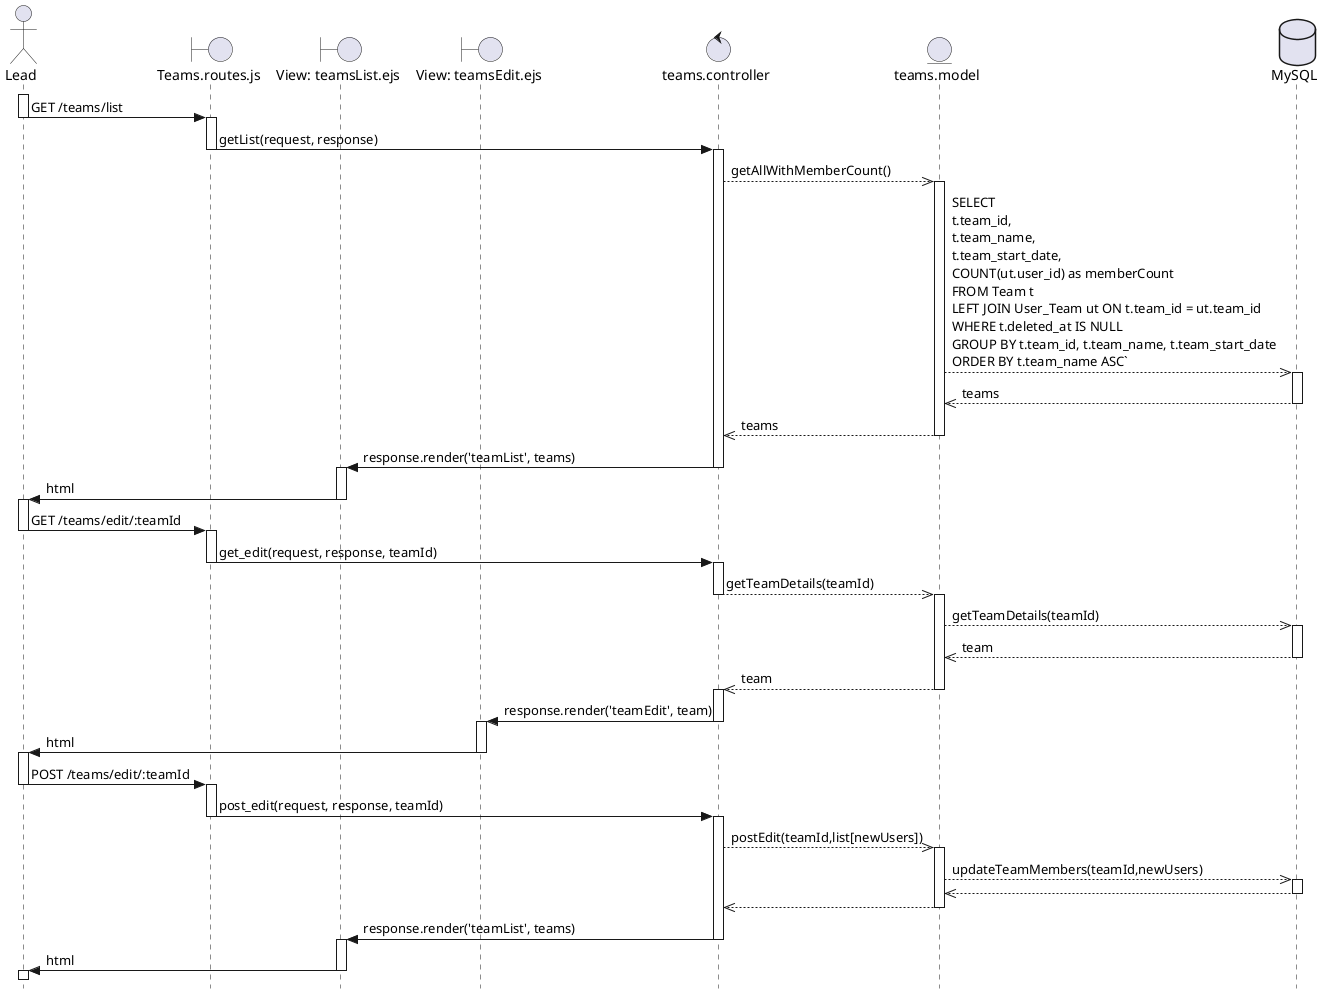
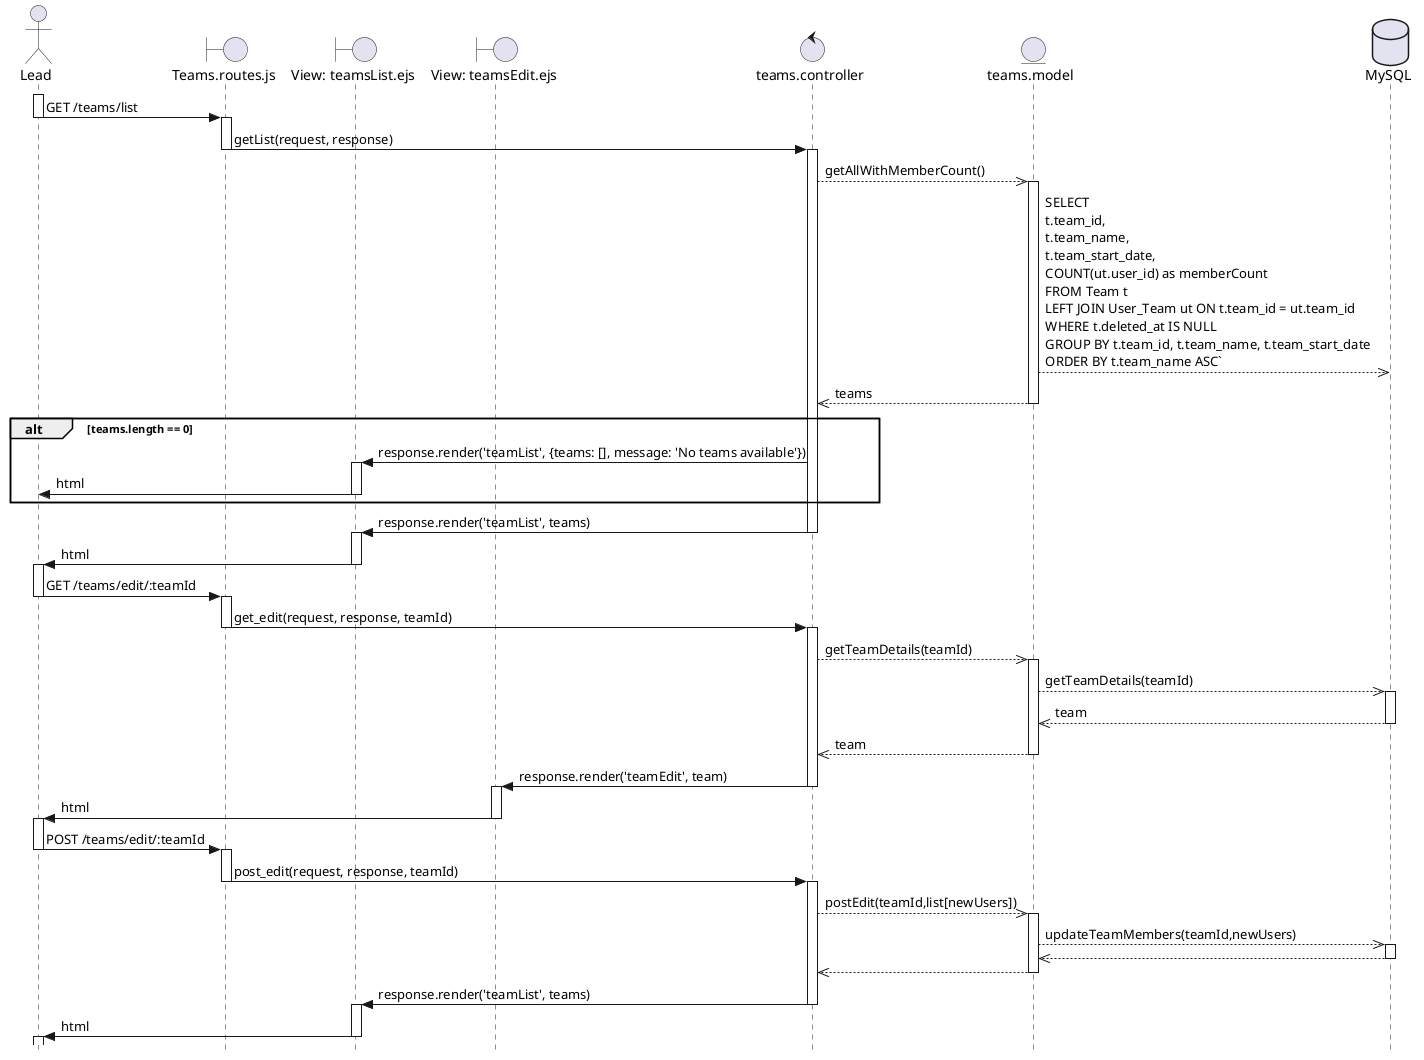
@startuml "Assign user to team"
skinparam style strictuml

actor Lead as U
boundary "Teams.routes.js" as RO
boundary "View: teamsList.ejs" as VL
boundary "View: teamsEdit.ejs" as VE
control "teams.controller" as C
entity "teams.model" as TM
database "MySQL" as BD

' Section about getting a list of teams '
activate U
U -> RO : GET /teams/list
deactivate U

activate RO
RO -> C : getList(request, response)
deactivate RO

activate C
C -->> TM : getAllWithMemberCount()
activate TM
TM -->> BD : SELECT \nt.team_id, \nt.team_name, \nt.team_start_date, \nCOUNT(ut.user_id) as memberCount \nFROM Team t \nLEFT JOIN User_Team ut ON t.team_id = ut.team_id \nWHERE t.deleted_at IS NULL \nGROUP BY t.team_id, t.team_name, t.team_start_date \nORDER BY t.team_name ASC`

- activate BD
- BD -->> TM : teams
deactivate BD
TM -->> C : teams
deactivate TM
+ 
+ alt teams.length == 0
+ C -> VL : response.render('teamList', {teams: [], message: 'No teams available'})
+ 
+ activate VL
+ VL -> U : html
+ deactivate VL
+ end

C -> VL : response.render('teamList', teams)
deactivate C

activate VL
VL -> U : html
deactivate VL



' Section about getting the info of one team '
activate U
U -> RO : GET /teams/edit/:teamId
deactivate U

activate RO
RO -> C : get_edit(request, response, teamId)
deactivate RO

activate C
C -->> TM : getTeamDetails(teamId)
- deactivate C

activate TM

TM -->> BD : getTeamDetails(teamId)
activate BD
+ 
BD -->> TM : team
deactivate BD

TM -->> C : team
deactivate TM
- activate C
+ 
+ 
C -> VE : response.render('teamEdit', team)
deactivate C

activate VE
VE -> U : html
deactivate VE

' Section about posting the changes of users '
activate U
U -> RO : POST /teams/edit/:teamId
deactivate U

activate RO
RO -> C : post_edit(request, response, teamId)
deactivate RO

activate C
C -->> TM : postEdit(teamId,list[newUsers])

activate TM
TM -->> BD : updateTeamMembers(teamId,newUsers)
activate BD
BD -->> TM :
deactivate BD
TM -->> C :
deactivate TM
C -> VL : response.render('teamList', teams)
deactivate C

activate VL
VL -> U : html
deactivate VL
activate U